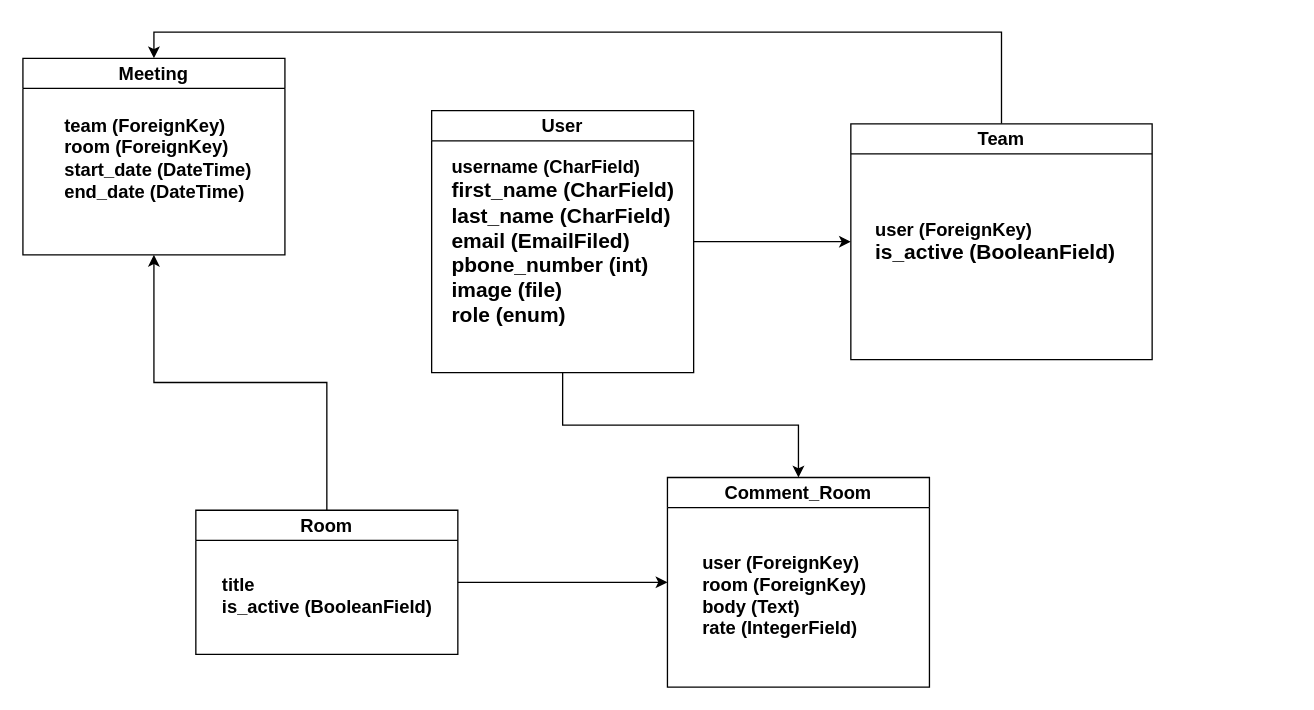
Earlier version of the draw.io diagram event-planner.drawio (mraghdasi/event-planner). Source tidied: cells renumbered, new cells numbered last; positions are measured from the earlier drawing's top-left corner, leaving out a move shared by most shapes. Both pictures are drawn from the tidied source at 131%, with x=0, y=0 at pixel (22, 58).
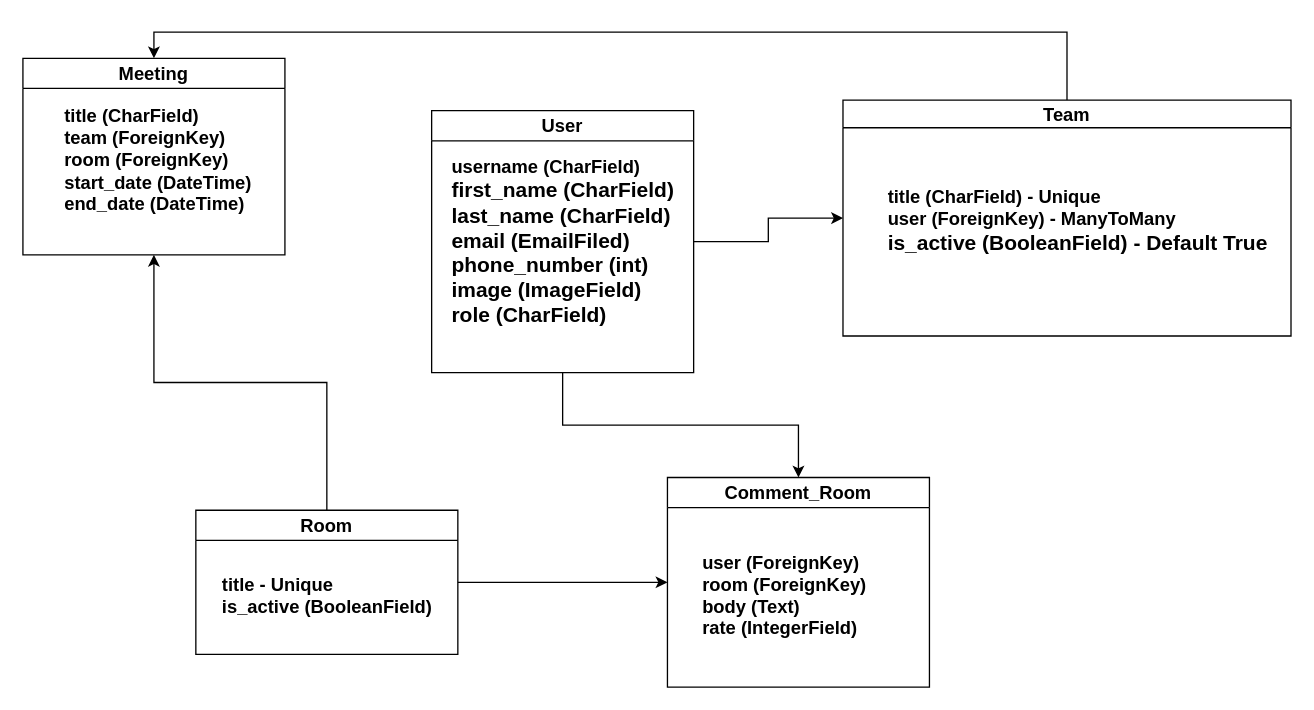
Above is the later version.

Diff of the diagram source:
```diff
@@
 <mxGraphModel>
   <root>
     <mxCell id="0" />
     <mxCell id="1" parent="0" />
     <mxCell id="2" style="edgeStyle=orthogonalEdgeStyle;rounded=0;jettySize=auto;html=1;exitX=0.5;exitY=1;exitDx=0;exitDy=0;entryX=0.5;entryY=0;entryDx=0;entryDy=0;" parent="1" edge="1" source="3" target="15">
       <mxGeometry relative="1" as="geometry" />
     </mxCell>
     <mxCell id="3" value="&lt;font style=&quot;font-size: 14px;&quot;&gt;User&lt;/font&gt;" style="swimlane;whiteSpace=wrap;html=1;startSize=23;" parent="1" vertex="1">
       <mxGeometry x="312" y="40" width="200" height="200" as="geometry" />
     </mxCell>
-    <mxCell id="4" value="&lt;div style=&quot;text-align: left;&quot;&gt;&lt;/div&gt;&lt;b style=&quot;border-color: var(--border-color);&quot;&gt;&lt;div style=&quot;text-align: left;&quot;&gt;&lt;b style=&quot;background-color: initial; border-color: var(--border-color);&quot;&gt;&lt;font style=&quot;font-size: 14px;&quot;&gt;&lt;b style=&quot;border-color: var(--border-color);&quot;&gt;username&amp;nbsp;&lt;/b&gt;(CharField)&lt;/font&gt;&lt;/b&gt;&lt;/div&gt;&lt;/b&gt;&lt;div style=&quot;&quot;&gt;&lt;/div&gt;&lt;b style=&quot;border-color: var(--border-color);&quot;&gt;&lt;div style=&quot;text-align: left;&quot;&gt;&lt;b style=&quot;background-color: initial; border-color: var(--border-color);&quot;&gt;&lt;font size=&quot;3&quot;&gt;&lt;b style=&quot;border-color: var(--border-color);&quot;&gt;first_name&lt;/b&gt;&amp;nbsp;(CharField)&lt;/font&gt;&lt;/b&gt;&lt;/div&gt;&lt;/b&gt;&lt;div style=&quot;text-align: left;&quot;&gt;&lt;span style=&quot;background-color: initial;&quot;&gt;&lt;font size=&quot;3&quot;&gt;&lt;b&gt;last_name (CharField)&lt;/b&gt;&lt;/font&gt;&lt;/span&gt;&lt;/div&gt;&lt;div style=&quot;text-align: left;&quot;&gt;&lt;span style=&quot;background-color: initial;&quot;&gt;&lt;font size=&quot;3&quot;&gt;&lt;b&gt;email (EmailFiled)&lt;/b&gt;&lt;/font&gt;&lt;/span&gt;&lt;/div&gt;&lt;div style=&quot;text-align: left;&quot;&gt;&lt;span style=&quot;background-color: initial;&quot;&gt;&lt;font size=&quot;3&quot;&gt;&lt;b&gt;pbone_number (int)&lt;/b&gt;&lt;/font&gt;&lt;/span&gt;&lt;/div&gt;&lt;div style=&quot;text-align: left;&quot;&gt;&lt;span style=&quot;background-color: initial;&quot;&gt;&lt;font size=&quot;3&quot;&gt;&lt;b&gt;image (file)&lt;/b&gt;&lt;/font&gt;&lt;/span&gt;&lt;/div&gt;&lt;div style=&quot;text-align: left;&quot;&gt;&lt;span style=&quot;background-color: initial;&quot;&gt;&lt;font size=&quot;3&quot;&gt;&lt;b&gt;role (enum)&lt;/b&gt;&lt;/font&gt;&lt;/span&gt;&lt;/div&gt;" style="text;html=1;align=center;verticalAlign=middle;strokeColor=none;fillColor=none;" parent="3" vertex="1">
-      <mxGeometry x="5" y="25" width="190" height="150" as="geometry" />
+    <mxCell id="4" value="&lt;div style=&quot;text-align: left;&quot;&gt;&lt;/div&gt;&lt;b style=&quot;border-color: var(--border-color);&quot;&gt;&lt;div style=&quot;text-align: left;&quot;&gt;&lt;b style=&quot;background-color: initial; border-color: var(--border-color);&quot;&gt;&lt;font style=&quot;font-size: 14px;&quot;&gt;&lt;b style=&quot;border-color: var(--border-color);&quot;&gt;username&amp;nbsp;&lt;/b&gt;(CharField)&lt;/font&gt;&lt;/b&gt;&lt;/div&gt;&lt;/b&gt;&lt;div style=&quot;&quot;&gt;&lt;/div&gt;&lt;b style=&quot;border-color: var(--border-color);&quot;&gt;&lt;div style=&quot;text-align: left;&quot;&gt;&lt;b style=&quot;background-color: initial; border-color: var(--border-color);&quot;&gt;&lt;font size=&quot;3&quot;&gt;&lt;b style=&quot;border-color: var(--border-color);&quot;&gt;first_name&lt;/b&gt;&amp;nbsp;(CharField)&lt;/font&gt;&lt;/b&gt;&lt;/div&gt;&lt;/b&gt;&lt;div style=&quot;text-align: left;&quot;&gt;&lt;span style=&quot;background-color: initial;&quot;&gt;&lt;font size=&quot;3&quot;&gt;&lt;b&gt;last_name (CharField)&lt;/b&gt;&lt;/font&gt;&lt;/span&gt;&lt;/div&gt;&lt;div style=&quot;text-align: left;&quot;&gt;&lt;span style=&quot;background-color: initial;&quot;&gt;&lt;font size=&quot;3&quot;&gt;&lt;b&gt;email (EmailFiled)&lt;/b&gt;&lt;/font&gt;&lt;/span&gt;&lt;/div&gt;&lt;div style=&quot;text-align: left;&quot;&gt;&lt;span style=&quot;background-color: initial;&quot;&gt;&lt;font size=&quot;3&quot;&gt;&lt;b&gt;phone_number (int)&lt;/b&gt;&lt;/font&gt;&lt;/span&gt;&lt;/div&gt;&lt;div style=&quot;text-align: left;&quot;&gt;&lt;span style=&quot;background-color: initial;&quot;&gt;&lt;font size=&quot;3&quot;&gt;&lt;b&gt;image (ImageField)&lt;/b&gt;&lt;/font&gt;&lt;/span&gt;&lt;/div&gt;&lt;div style=&quot;text-align: left;&quot;&gt;&lt;span style=&quot;background-color: initial;&quot;&gt;&lt;font size=&quot;3&quot;&gt;&lt;b&gt;role (CharField)&lt;/b&gt;&lt;/font&gt;&lt;/span&gt;&lt;/div&gt;" style="text;html=1;align=center;verticalAlign=middle;strokeColor=none;fillColor=none;" parent="3" vertex="1">
+      <mxGeometry x="6" y="28" width="188" height="144" as="geometry" />
     </mxCell>
     <mxCell id="5" style="edgeStyle=orthogonalEdgeStyle;rounded=0;jettySize=auto;html=1;exitX=0.5;exitY=0;exitDx=0;exitDy=0;entryX=0.5;entryY=0;entryDx=0;entryDy=0;" parent="1" edge="1" source="6" target="9">
       <mxGeometry relative="1" as="geometry" />
     </mxCell>
-    <mxCell id="6" value="&lt;font style=&quot;font-size: 14px;&quot;&gt;Team&lt;/font&gt;" style="swimlane;whiteSpace=wrap;html=1;startSize=23;" parent="1" vertex="1">
-      <mxGeometry x="632" y="50" width="230" height="180" as="geometry" />
+    <mxCell id="6" value="&lt;font style=&quot;font-size: 14px;&quot;&gt;Team&lt;/font&gt;" style="swimlane;whiteSpace=wrap;html=1;startSize=21;" parent="1" vertex="1">
+      <mxGeometry x="626" y="32" width="342" height="180" as="geometry" />
     </mxCell>
-    <mxCell id="7" value="&lt;div style=&quot;text-align: left;&quot;&gt;&lt;/div&gt;&lt;b style=&quot;border-color: var(--border-color);&quot;&gt;&lt;div style=&quot;text-align: left;&quot;&gt;&lt;b style=&quot;background-color: initial; border-color: var(--border-color);&quot;&gt;&lt;font style=&quot;font-size: 14px;&quot;&gt;&lt;b style=&quot;border-color: var(--border-color);&quot;&gt;user&amp;nbsp;&lt;/b&gt;(ForeignKey)&lt;/font&gt;&lt;/b&gt;&lt;/div&gt;&lt;/b&gt;&lt;div style=&quot;&quot;&gt;&lt;/div&gt;&lt;b style=&quot;border-color: var(--border-color);&quot;&gt;&lt;div style=&quot;text-align: left;&quot;&gt;&lt;font size=&quot;3&quot;&gt;is_active (BooleanField&lt;/font&gt;&lt;span style=&quot;font-size: medium; background-color: initial;&quot;&gt;)&lt;/span&gt;&lt;/div&gt;&lt;/b&gt;" style="text;html=1;align=center;verticalAlign=middle;strokeColor=none;fillColor=none;" parent="6" vertex="1">
-      <mxGeometry x="5" y="65" width="210" height="50" as="geometry" />
+    <mxCell id="7" value="&lt;div style=&quot;text-align: left;&quot;&gt;&lt;/div&gt;&lt;b style=&quot;border-color: var(--border-color);&quot;&gt;&lt;div style=&quot;text-align: left;&quot;&gt;&lt;b style=&quot;background-color: initial; border-color: var(--border-color);&quot;&gt;&lt;font style=&quot;font-size: 14px;&quot;&gt;&lt;b style=&quot;border-color: var(--border-color);&quot;&gt;title&amp;nbsp;&lt;/b&gt;(&lt;b style=&quot;font-size: 12px; background-color: initial; border-color: var(--border-color);&quot;&gt;&lt;font style=&quot;font-size: 14px;&quot;&gt;CharField&lt;/font&gt;&lt;/b&gt;) - Unique&lt;br&gt;&lt;b style=&quot;font-size: 12px; background-color: initial; border-color: var(--border-color);&quot;&gt;&lt;font style=&quot;font-size: 14px;&quot;&gt;&lt;b style=&quot;border-color: var(--border-color);&quot;&gt;user&amp;nbsp;&lt;/b&gt;(ForeignKey) - ManyToMany&lt;/font&gt;&lt;/b&gt;&lt;br&gt;&lt;/font&gt;&lt;/b&gt;&lt;/div&gt;&lt;/b&gt;&lt;div style=&quot;&quot;&gt;&lt;/div&gt;&lt;b style=&quot;border-color: var(--border-color);&quot;&gt;&lt;div style=&quot;text-align: left;&quot;&gt;&lt;font size=&quot;3&quot;&gt;is_active (BooleanField&lt;/font&gt;&lt;span style=&quot;font-size: medium; background-color: initial;&quot;&gt;) - Default True&lt;/span&gt;&lt;/div&gt;&lt;/b&gt;" style="text;html=1;align=center;verticalAlign=middle;strokeColor=none;fillColor=none;" parent="6" vertex="1">
+      <mxGeometry x="25" y="59" width="308" height="65" as="geometry" />
     </mxCell>
     <mxCell id="8" style="edgeStyle=orthogonalEdgeStyle;rounded=0;jettySize=auto;html=1;exitX=1;exitY=0.5;exitDx=0;exitDy=0;entryX=0;entryY=0.5;entryDx=0;entryDy=0;" parent="1" edge="1" source="3" target="6">
       <mxGeometry relative="1" as="geometry" />
     </mxCell>
     <mxCell id="9" value="&lt;font style=&quot;font-size: 14px;&quot;&gt;Meeting&lt;/font&gt;" style="swimlane;whiteSpace=wrap;html=1;" parent="1" vertex="1">
       <mxGeometry width="200" height="150" as="geometry" />
     </mxCell>
-    <mxCell id="10" value="&lt;b&gt;&lt;font style=&quot;font-size: 14px;&quot;&gt;team (ForeignKey)&lt;br&gt;room (ForeignKey)&lt;br&gt;start_date (DateTime)&lt;br&gt;end_date (DateTime)&lt;br&gt;&lt;br&gt;&lt;/font&gt;&lt;/b&gt;" style="text;html=1;align=left;verticalAlign=middle;strokeColor=none;fillColor=none;" parent="9" vertex="1">
-      <mxGeometry x="30" y="35" width="170" height="100" as="geometry" />
+    <mxCell id="10" value="&lt;b&gt;&lt;font style=&quot;font-size: 14px;&quot;&gt;title (&lt;/font&gt;&lt;/b&gt;&lt;b style=&quot;background-color: initial; border-color: var(--border-color);&quot;&gt;&lt;font style=&quot;font-size: 14px;&quot;&gt;CharField&lt;/font&gt;&lt;/b&gt;&lt;b&gt;&lt;font style=&quot;font-size: 14px;&quot;&gt;)&lt;/font&gt;&lt;/b&gt;&lt;b&gt;&lt;font style=&quot;font-size: 14px;&quot;&gt;&lt;br&gt;team (ForeignKey)&lt;br&gt;room (ForeignKey)&lt;br&gt;start_date (DateTime)&lt;br&gt;end_date (DateTime)&lt;br&gt;&lt;br&gt;&lt;/font&gt;&lt;/b&gt;" style="text;html=1;align=left;verticalAlign=middle;strokeColor=none;fillColor=none;" parent="9" vertex="1">
+      <mxGeometry x="30" y="29" width="161" height="113" as="geometry" />
     </mxCell>
     <mxCell id="11" style="edgeStyle=orthogonalEdgeStyle;rounded=0;jettySize=auto;html=1;exitX=1;exitY=0.5;exitDx=0;exitDy=0;entryX=0;entryY=0.5;entryDx=0;entryDy=0;" parent="1" edge="1" source="13" target="15">
       <mxGeometry relative="1" as="geometry" />
     </mxCell>
     <mxCell id="12" style="edgeStyle=orthogonalEdgeStyle;rounded=0;jettySize=auto;html=1;exitX=0.5;exitY=0;exitDx=0;exitDy=0;entryX=0.5;entryY=1;entryDx=0;entryDy=0;" parent="1" edge="1" source="13" target="9">
       <mxGeometry relative="1" as="geometry" />
     </mxCell>
     <mxCell id="13" value="&lt;font style=&quot;font-size: 14px;&quot;&gt;Room&lt;/font&gt;" style="swimlane;whiteSpace=wrap;html=1;" parent="1" vertex="1">
       <mxGeometry x="132" y="345" width="200" height="110" as="geometry" />
     </mxCell>
-    <mxCell id="14" value="&lt;div style=&quot;text-align: left;&quot;&gt;&lt;b style=&quot;font-size: 14px; background-color: initial;&quot;&gt;title&lt;/b&gt;&lt;/div&gt;&lt;font style=&quot;font-size: 14px;&quot;&gt;&lt;div style=&quot;text-align: left;&quot;&gt;&lt;b style=&quot;background-color: initial;&quot;&gt;is_active (BooleanField)&lt;/b&gt;&lt;/div&gt;&lt;/font&gt;" style="text;html=1;align=center;verticalAlign=middle;strokeColor=none;fillColor=none;" parent="13" vertex="1">
-      <mxGeometry x="10" y="40" width="180" height="50" as="geometry" />
+    <mxCell id="14" value="&lt;div style=&quot;text-align: left;&quot;&gt;&lt;b style=&quot;font-size: 14px; background-color: initial;&quot;&gt;title - Unique&lt;/b&gt;&lt;/div&gt;&lt;font style=&quot;font-size: 14px;&quot;&gt;&lt;div style=&quot;text-align: left;&quot;&gt;&lt;b style=&quot;background-color: initial;&quot;&gt;is_active (BooleanField)&lt;/b&gt;&lt;/div&gt;&lt;/font&gt;" style="text;html=1;align=center;verticalAlign=middle;strokeColor=none;fillColor=none;" parent="13" vertex="1">
+      <mxGeometry x="11" y="42" width="178" height="46" as="geometry" />
     </mxCell>
     <mxCell id="15" value="&lt;font style=&quot;font-size: 14px;&quot;&gt;Comment_Room&lt;/font&gt;" style="swimlane;whiteSpace=wrap;html=1;" parent="1" vertex="1">
       <mxGeometry x="492" y="320" width="200" height="160" as="geometry" />
     </mxCell>
     <mxCell id="16" value="&lt;font style=&quot;font-size: 14px;&quot;&gt;&lt;b&gt;user (ForeignKey)&lt;br&gt;&lt;/b&gt;&lt;b style=&quot;border-color: var(--border-color);&quot;&gt;room (ForeignKey)&lt;br&gt;&lt;/b&gt;&lt;b&gt;body (Text)&lt;br&gt;rate (IntegerField)&lt;br&gt;&lt;/b&gt;&lt;/font&gt;" style="text;html=1;align=left;verticalAlign=middle;strokeColor=none;fillColor=none;" parent="15" vertex="1">
       <mxGeometry x="25" y="50" width="150" height="80" as="geometry" />
     </mxCell>
   </root>
 </mxGraphModel>
```
